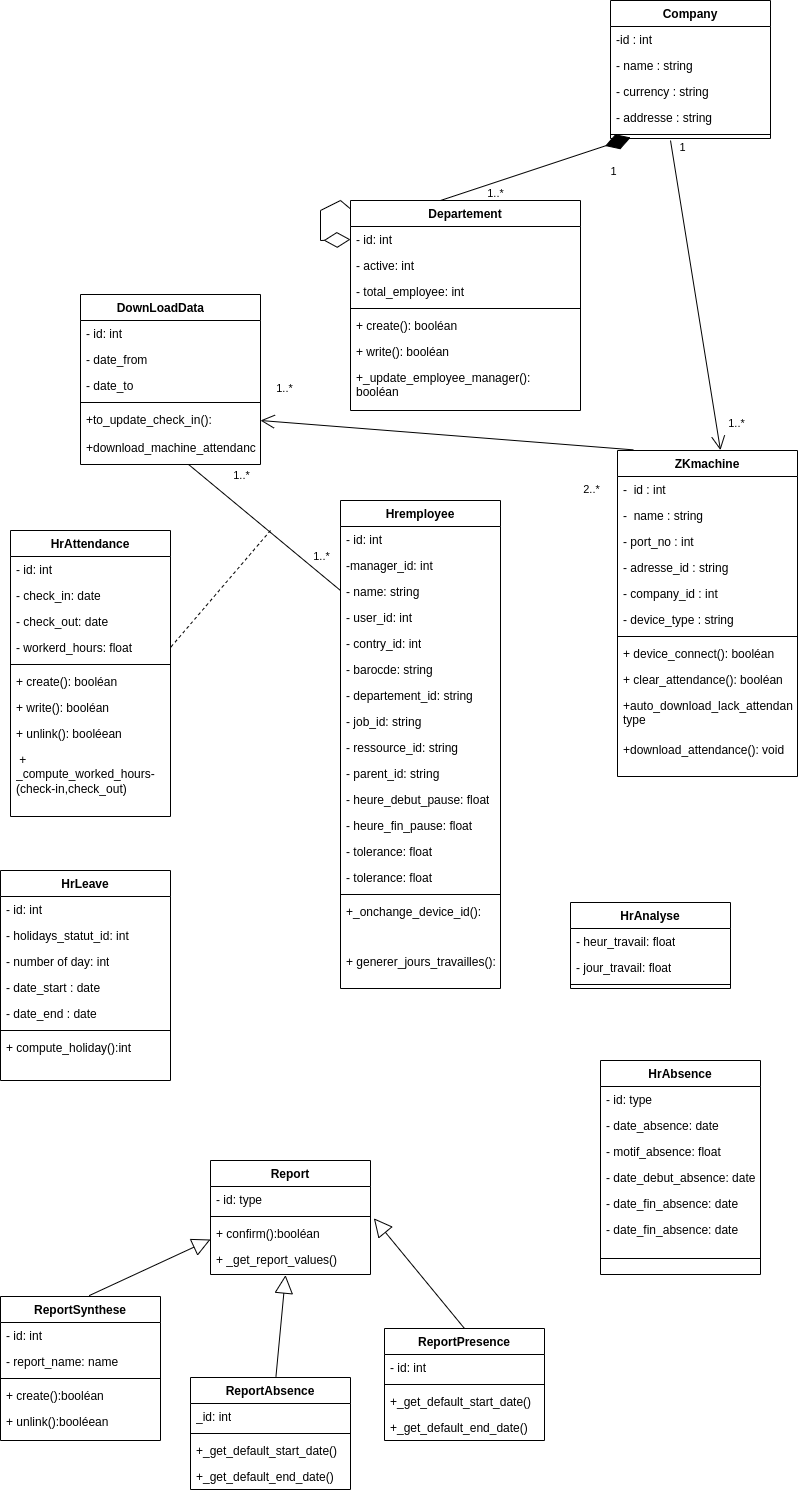
Before: static/Diagramme de classe.drawio.png, a diagram exported from draw.io (Siluearsene/borne_biometrique). Source tidied: cells renumbered, new cells last; positions are measured from the earlier drawing's top-left corner, leaving out a move shared by most shapes.
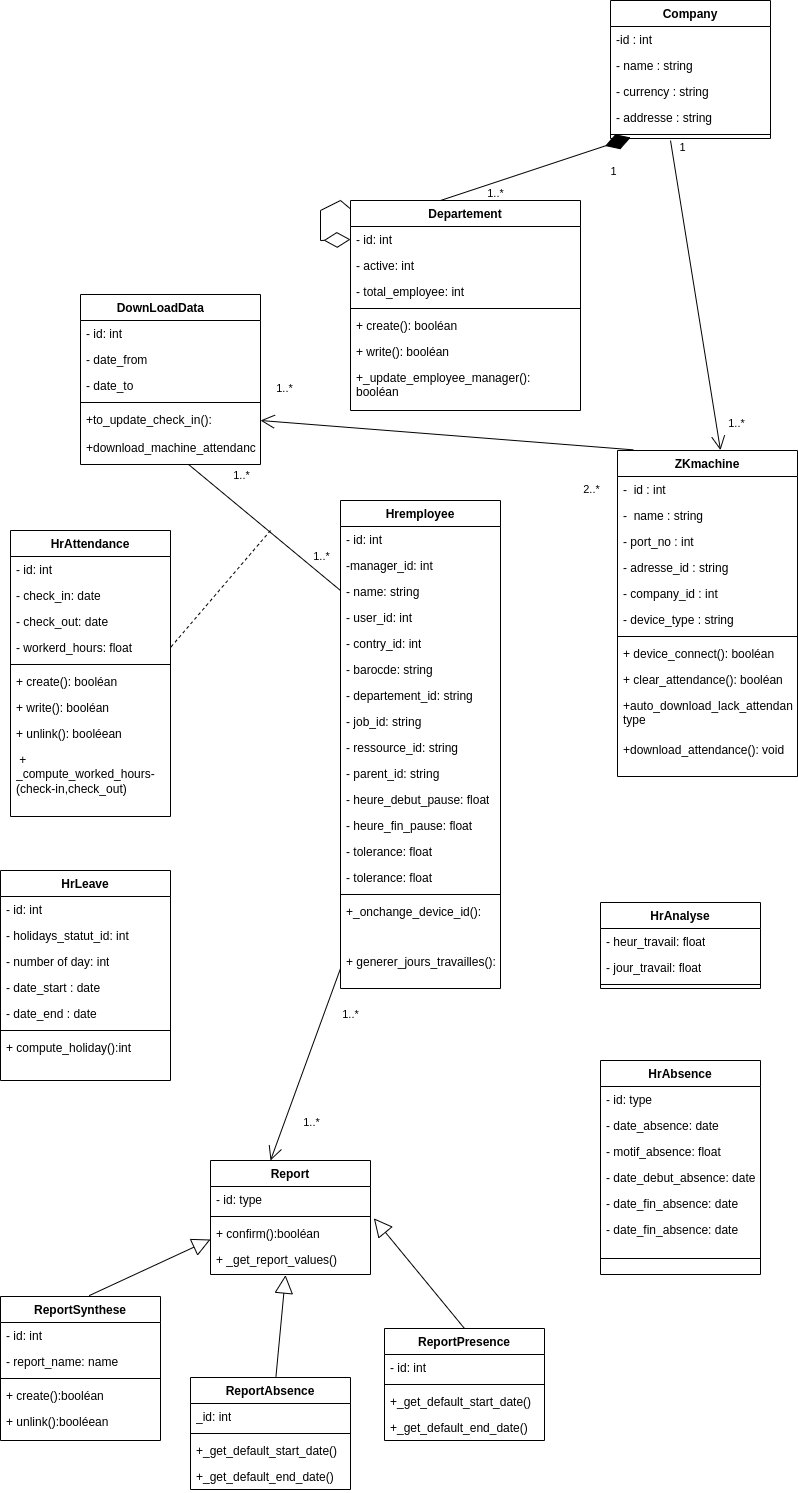
Above is the later version.

Commit message:
Mettre à jour Diagramme de classe.drawio.png

What changed in the source:
```diff
@@ -87,7 +87,7 @@
       <mxGeometry y="164" width="170" height="46" as="geometry" />
     </mxCell>
     <mxCell id="30" value="HrAnalyse" style="swimlane;fontStyle=1;align=center;verticalAlign=top;horizontal=1;startSize=26;whiteSpace=wrap;html=1;" parent="1" vertex="1">
-      <mxGeometry x="570" y="902" width="160" height="86" as="geometry" />
+      <mxGeometry x="600" y="902" width="160" height="86" as="geometry" />
     </mxCell>
     <mxCell id="31" value="- heur_travail: float" style="text;strokeColor=none;fillColor=none;align=left;verticalAlign=top;spacingLeft=4;spacingRight=4;overflow=hidden;whiteSpace=wrap;html=1;" parent="30" vertex="1">
       <mxGeometry y="26" width="160" height="26" as="geometry" />
@@ -387,5 +387,18 @@
         <mxPoint x="270" y="530" as="sourcePoint" />
       </mxGeometry>
     </mxCell>
+    <mxCell id="121" style="endArrow=open;endFill=1;endSize=12;html=1;rounded=0;entryX=0.375;entryY=0;entryDx=0;entryDy=0;entryPerimeter=0;exitX=0;exitY=0.5;exitDx=0;exitDy=0;" parent="1" edge="1" source="51" target="100">
+      <mxGeometry relative="1" as="geometry" />
+    </mxCell>
+    <mxCell id="122" value="1..*" style="edgeLabel;html=1;align=center;verticalAlign=middle;" parent="121" vertex="1">
+      <mxGeometry x="-0.7" y="-2" relative="1" as="geometry">
+        <mxPoint x="22" y="18" as="offset" />
+      </mxGeometry>
+    </mxCell>
+    <mxCell id="123" value="1..*" style="edgeLabel;html=1;align=center;verticalAlign=middle;" parent="121" vertex="1">
+      <mxGeometry x="0.59" y="1" relative="1" as="geometry">
+        <mxPoint x="25" as="offset" />
+      </mxGeometry>
+    </mxCell>
   </root>
 </mxGraphModel>
```
